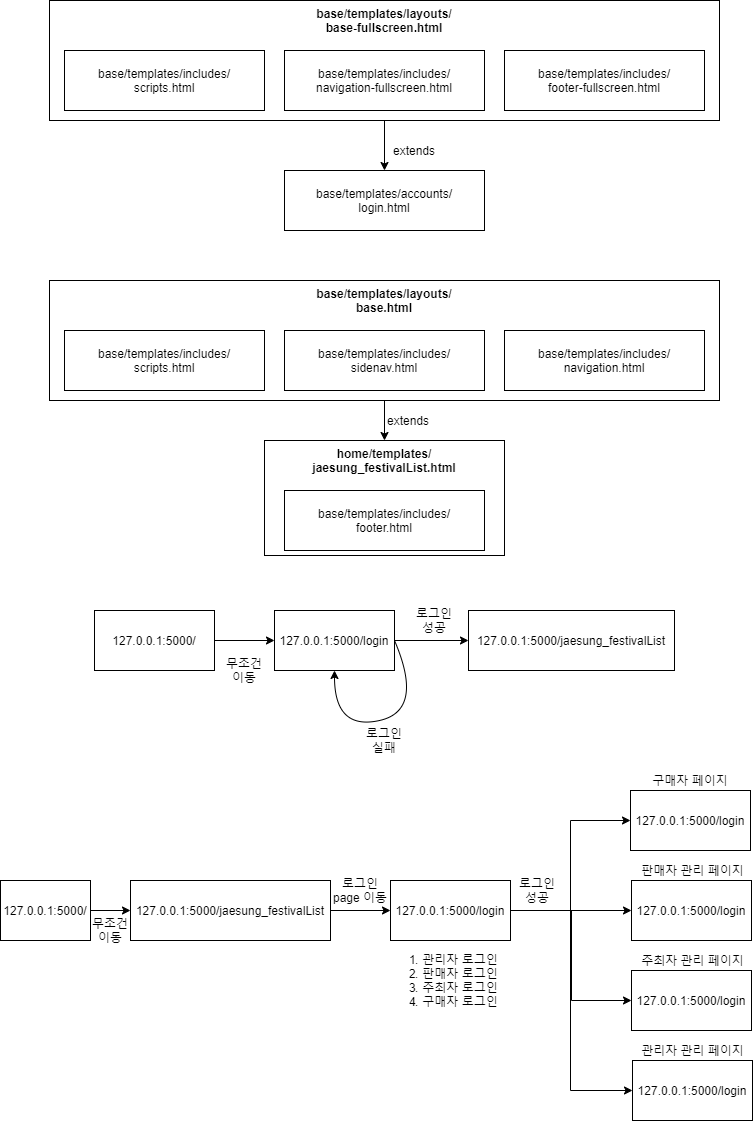
This is flask_argon.png from jslee6091/POS_webserver, a draw.io export, as it was before one commit. Source tidied: cells renumbered, new cells last; positions are measured from the earlier drawing's top-left corner, leaving out a move shared by most shapes.
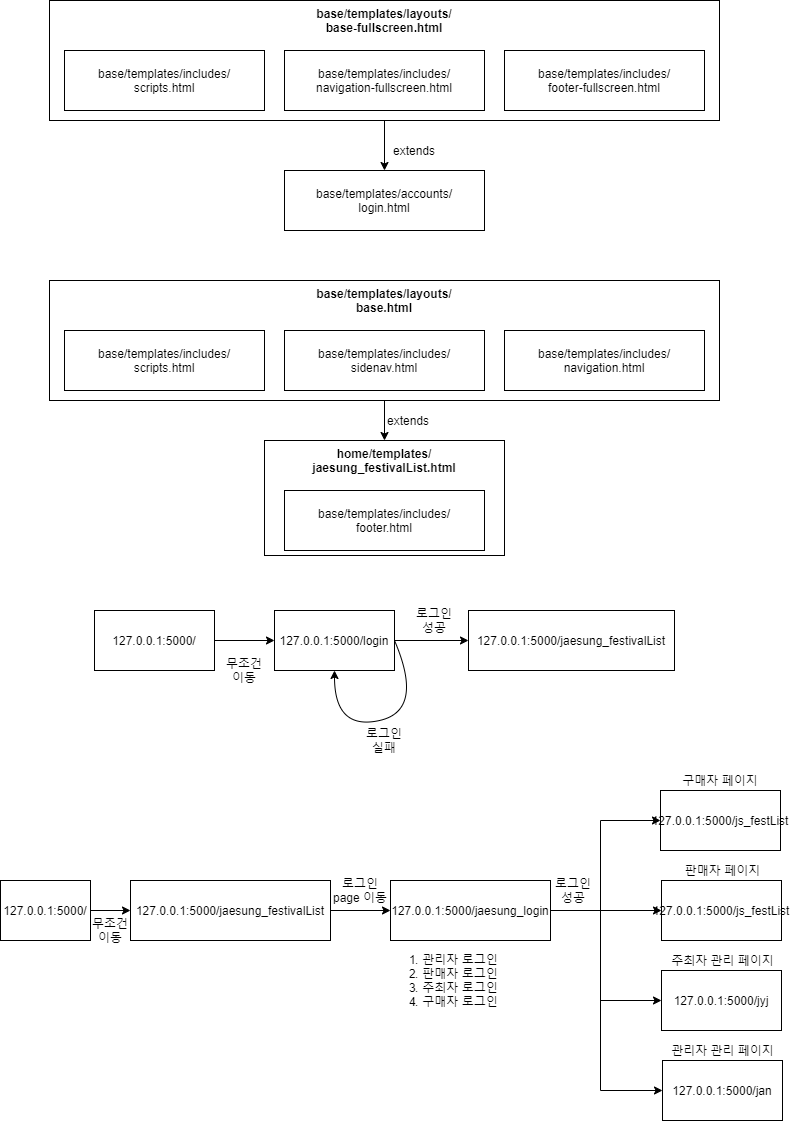
After the commit.

The edit, as a diff of the source:
```diff
@@ -99,62 +99,62 @@
     <mxCell id="31" style="edgeStyle=orthogonalEdgeStyle;rounded=0;jettySize=auto;html=1;entryX=0;entryY=0.5;entryDx=0;entryDy=0;" parent="1" edge="1" source="35" target="37">
       <mxGeometry relative="1" as="geometry">
         <Array as="points">
-          <mxPoint x="570" y="910" />
-          <mxPoint x="570" y="820" />
+          <mxPoint x="600" y="910" />
+          <mxPoint x="600" y="820" />
         </Array>
       </mxGeometry>
     </mxCell>
     <mxCell id="32" style="edgeStyle=orthogonalEdgeStyle;rounded=0;jettySize=auto;html=1;entryX=0;entryY=0.5;entryDx=0;entryDy=0;" parent="1" edge="1" source="35" target="39">
       <mxGeometry relative="1" as="geometry">
         <Array as="points">
-          <mxPoint x="571" y="910" />
-          <mxPoint x="571" y="1000" />
+          <mxPoint x="600" y="910" />
+          <mxPoint x="600" y="1000" />
         </Array>
       </mxGeometry>
     </mxCell>
     <mxCell id="33" style="edgeStyle=orthogonalEdgeStyle;rounded=0;jettySize=auto;html=1;entryX=0;entryY=0.5;entryDx=0;entryDy=0;" parent="1" edge="1" source="35" target="40">
       <mxGeometry relative="1" as="geometry">
         <Array as="points">
-          <mxPoint x="570" y="910" />
-          <mxPoint x="570" y="1090" />
+          <mxPoint x="600" y="910" />
+          <mxPoint x="600" y="1090" />
         </Array>
       </mxGeometry>
     </mxCell>
     <mxCell id="34" style="edgeStyle=orthogonalEdgeStyle;rounded=0;jettySize=auto;html=1;entryX=0;entryY=0.5;entryDx=0;entryDy=0;" parent="1" edge="1" source="35" target="38">
       <mxGeometry relative="1" as="geometry" />
     </mxCell>
-    <mxCell id="35" value="127.0.0.1:5000/login" style="rounded=0;whiteSpace=wrap;html=1;" parent="1" vertex="1">
-      <mxGeometry x="390" y="880" width="120" height="60" as="geometry" />
+    <mxCell id="35" value="127.0.0.1:5000/jaesung_login" style="rounded=0;whiteSpace=wrap;html=1;" parent="1" vertex="1">
+      <mxGeometry x="390" y="880" width="160" height="60" as="geometry" />
     </mxCell>
     <mxCell id="36" value="로그인 page 이동" style="text;html=1;strokeColor=none;fillColor=none;align=center;verticalAlign=middle;whiteSpace=wrap;rounded=0;" parent="1" vertex="1">
       <mxGeometry x="330" y="880" width="60" height="20" as="geometry" />
     </mxCell>
-    <mxCell id="37" value="127.0.0.1:5000/login" style="rounded=0;whiteSpace=wrap;html=1;" parent="1" vertex="1">
-      <mxGeometry x="630" y="790" width="120" height="60" as="geometry" />
+    <mxCell id="37" value="127.0.0.1:5000/js_festList" style="rounded=0;whiteSpace=wrap;html=1;" parent="1" vertex="1">
+      <mxGeometry x="660" y="790" width="120" height="60" as="geometry" />
     </mxCell>
-    <mxCell id="38" value="127.0.0.1:5000/login" style="rounded=0;whiteSpace=wrap;html=1;" parent="1" vertex="1">
-      <mxGeometry x="631" y="880" width="120" height="60" as="geometry" />
+    <mxCell id="38" value="127.0.0.1:5000/js_festList" style="rounded=0;whiteSpace=wrap;html=1;" parent="1" vertex="1">
+      <mxGeometry x="661" y="880" width="120" height="60" as="geometry" />
     </mxCell>
-    <mxCell id="39" value="127.0.0.1:5000/login" style="rounded=0;whiteSpace=wrap;html=1;" parent="1" vertex="1">
-      <mxGeometry x="631" y="970" width="120" height="60" as="geometry" />
+    <mxCell id="39" value="127.0.0.1:5000/jyj" style="rounded=0;whiteSpace=wrap;html=1;" parent="1" vertex="1">
+      <mxGeometry x="661" y="970" width="120" height="60" as="geometry" />
     </mxCell>
-    <mxCell id="40" value="127.0.0.1:5000/login" style="rounded=0;whiteSpace=wrap;html=1;" parent="1" vertex="1">
-      <mxGeometry x="632" y="1060" width="120" height="60" as="geometry" />
+    <mxCell id="40" value="127.0.0.1:5000/jan" style="rounded=0;whiteSpace=wrap;html=1;" parent="1" vertex="1">
+      <mxGeometry x="662" y="1060" width="120" height="60" as="geometry" />
     </mxCell>
     <mxCell id="41" value="구매자 페이지" style="text;html=1;strokeColor=none;fillColor=none;align=center;verticalAlign=middle;whiteSpace=wrap;rounded=0;" parent="1" vertex="1">
-      <mxGeometry x="650" y="770" width="80" height="20" as="geometry" />
+      <mxGeometry x="680" y="770" width="80" height="20" as="geometry" />
     </mxCell>
-    <mxCell id="42" value="판매자 관리 페이지" style="text;html=1;strokeColor=none;fillColor=none;align=center;verticalAlign=middle;whiteSpace=wrap;rounded=0;" parent="1" vertex="1">
-      <mxGeometry x="637.5" y="860" width="109" height="20" as="geometry" />
+    <mxCell id="42" value="판매자 페이지" style="text;html=1;strokeColor=none;fillColor=none;align=center;verticalAlign=middle;whiteSpace=wrap;rounded=0;" parent="1" vertex="1">
+      <mxGeometry x="667.5" y="860" width="109" height="20" as="geometry" />
     </mxCell>
     <mxCell id="43" value="주최자 관리 페이지" style="text;html=1;strokeColor=none;fillColor=none;align=center;verticalAlign=middle;whiteSpace=wrap;rounded=0;" parent="1" vertex="1">
-      <mxGeometry x="636.5" y="950" width="111" height="20" as="geometry" />
+      <mxGeometry x="666.5" y="950" width="111" height="20" as="geometry" />
     </mxCell>
     <mxCell id="44" value="관리자 관리 페이지" style="text;html=1;strokeColor=none;fillColor=none;align=center;verticalAlign=middle;whiteSpace=wrap;rounded=0;" parent="1" vertex="1">
-      <mxGeometry x="636.5" y="1040" width="111" height="20" as="geometry" />
+      <mxGeometry x="666.5" y="1040" width="111" height="20" as="geometry" />
     </mxCell>
     <mxCell id="45" value="로그인 성공" style="text;html=1;strokeColor=none;fillColor=none;align=center;verticalAlign=middle;whiteSpace=wrap;rounded=0;" parent="1" vertex="1">
-      <mxGeometry x="514" y="880" width="46" height="20" as="geometry" />
+      <mxGeometry x="550" y="880" width="46" height="20" as="geometry" />
     </mxCell>
     <mxCell id="46" value="&lt;ol&gt;&lt;li&gt;관리자 로그인&lt;/li&gt;&lt;li&gt;판매자 로그인&lt;/li&gt;&lt;li&gt;주최자 로그인&lt;/li&gt;&lt;li&gt;구매자 로그인&lt;/li&gt;&lt;/ol&gt;" style="text;html=1;strokeColor=none;fillColor=none;align=center;verticalAlign=middle;whiteSpace=wrap;rounded=0;" parent="1" vertex="1">
       <mxGeometry x="380" y="950" width="120" height="60" as="geometry" />
```
